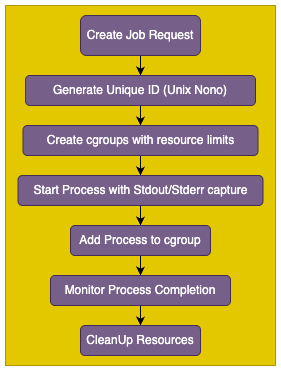
The draw.io diagram docs/job-worker-job-lifecycle.drawio.png in ehsaniara/job-worker, before a commit. Source tidied: cells renumbered, new cells last; positions are measured from the earlier drawing's top-left corner, leaving out a move shared by most shapes.
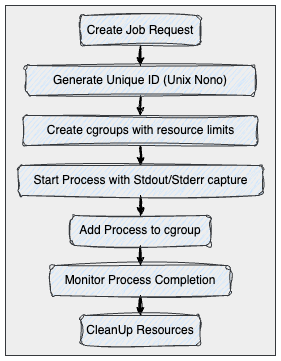
After the change.

Change to the diagram source:
```diff
@@ -2,46 +2,46 @@
   <root>
     <mxCell id="0" />
     <mxCell id="1" parent="0" />
-    <mxCell id="2" style="rounded=0;whiteSpace=wrap;html=1;fontColor=#000000;fillColor=#e3c800;strokeColor=#B09500;" parent="1" vertex="1">
-      <mxGeometry width="270" height="360" as="geometry" />
+    <mxCell id="2" style="rounded=0;whiteSpace=wrap;html=1;fillColor=#eeeeee;strokeColor=#36393d;fontColor=#000000;" parent="1" vertex="1">
+      <mxGeometry y="10" width="270" height="350" as="geometry" />
     </mxCell>
-    <mxCell id="3" style="edgeStyle=orthogonalEdgeStyle;rounded=0;jettySize=auto;html=1;fontColor=#000000;strokeColor=#000000;" parent="1" edge="1" source="4" target="6">
+    <mxCell id="3" style="edgeStyle=orthogonalEdgeStyle;rounded=0;jettySize=auto;html=1;fontColor=#000000;strokeColor=#000000;sketch=1;curveFitting=1;jiggle=2;" parent="1" edge="1" source="4" target="6">
       <mxGeometry relative="1" as="geometry" />
     </mxCell>
-    <mxCell id="4" value="Create Job Request" style="rounded=1;whiteSpace=wrap;html=1;fontColor=#ffffff;fillColor=#76608a;strokeColor=#432D57;" parent="1" vertex="1">
-      <mxGeometry x="75" y="10" width="120" height="40" as="geometry" />
+    <mxCell id="4" value="Create Job Request" style="rounded=1;whiteSpace=wrap;html=1;fillColor=#cce5ff;strokeColor=#36393d;sketch=1;curveFitting=1;jiggle=2;fontColor=#000000;" parent="1" vertex="1">
+      <mxGeometry x="75" y="20" width="120" height="30" as="geometry" />
     </mxCell>
-    <mxCell id="5" style="edgeStyle=orthogonalEdgeStyle;rounded=0;jettySize=auto;html=1;fontColor=#000000;strokeColor=#000000;" parent="1" edge="1" source="6" target="8">
+    <mxCell id="5" style="edgeStyle=orthogonalEdgeStyle;rounded=0;jettySize=auto;html=1;fontColor=#000000;strokeColor=#000000;sketch=1;curveFitting=1;jiggle=2;" parent="1" edge="1" source="6" target="8">
       <mxGeometry relative="1" as="geometry" />
     </mxCell>
-    <mxCell id="6" value="Generate&amp;nbsp;&lt;span style=&quot;background-color: transparent;&quot;&gt;Unique ID (Unix Nono)&lt;/span&gt;" style="rounded=1;whiteSpace=wrap;html=1;fontColor=#ffffff;fillColor=#76608a;strokeColor=#432D57;" parent="1" vertex="1">
+    <mxCell id="6" value="Generate&amp;nbsp;&lt;span style=&quot;background-color: transparent;&quot;&gt;Unique ID (Unix Nono)&lt;/span&gt;" style="rounded=1;whiteSpace=wrap;html=1;fillColor=#cce5ff;strokeColor=#36393d;sketch=1;curveFitting=1;jiggle=2;fontColor=#000000;" parent="1" vertex="1">
       <mxGeometry x="20" y="70" width="230" height="30" as="geometry" />
     </mxCell>
-    <mxCell id="7" style="edgeStyle=orthogonalEdgeStyle;rounded=0;jettySize=auto;html=1;fontColor=#000000;strokeColor=#000000;" parent="1" edge="1" source="8" target="10">
+    <mxCell id="7" style="edgeStyle=orthogonalEdgeStyle;rounded=0;jettySize=auto;html=1;fontColor=#000000;strokeColor=#000000;sketch=1;curveFitting=1;jiggle=2;" parent="1" edge="1" source="8" target="10">
       <mxGeometry relative="1" as="geometry" />
     </mxCell>
-    <mxCell id="8" value="Create&amp;nbsp;&lt;span style=&quot;background-color: transparent;&quot;&gt;cgroups with resource&amp;nbsp;&lt;/span&gt;&lt;span style=&quot;background-color: transparent;&quot;&gt;limits&lt;/span&gt;" style="rounded=1;whiteSpace=wrap;html=1;fontColor=#ffffff;fillColor=#76608a;strokeColor=#432D57;" parent="1" vertex="1">
+    <mxCell id="8" value="Create&amp;nbsp;&lt;span style=&quot;background-color: transparent;&quot;&gt;cgroups with resource&amp;nbsp;&lt;/span&gt;&lt;span style=&quot;background-color: transparent;&quot;&gt;limits&lt;/span&gt;" style="rounded=1;whiteSpace=wrap;html=1;fillColor=#cce5ff;strokeColor=#36393d;sketch=1;curveFitting=1;jiggle=2;fontColor=#000000;" parent="1" vertex="1">
       <mxGeometry x="17.5" y="120" width="235" height="30" as="geometry" />
     </mxCell>
-    <mxCell id="9" style="edgeStyle=orthogonalEdgeStyle;rounded=0;jettySize=auto;html=1;fontColor=#000000;strokeColor=#000000;" parent="1" edge="1" source="10" target="12">
+    <mxCell id="9" style="edgeStyle=orthogonalEdgeStyle;rounded=0;jettySize=auto;html=1;fontColor=#000000;strokeColor=#000000;sketch=1;curveFitting=1;jiggle=2;" parent="1" edge="1" source="10" target="12">
       <mxGeometry relative="1" as="geometry" />
     </mxCell>
-    <mxCell id="10" value="Start Process with Stdout/Stderr capture" style="rounded=1;whiteSpace=wrap;html=1;fontColor=#ffffff;fillColor=#76608a;strokeColor=#432D57;" parent="1" vertex="1">
+    <mxCell id="10" value="Start Process with Stdout/Stderr capture" style="rounded=1;whiteSpace=wrap;html=1;fillColor=#cce5ff;strokeColor=#36393d;sketch=1;curveFitting=1;jiggle=2;fontColor=#000000;" parent="1" vertex="1">
       <mxGeometry x="12.5" y="170" width="245" height="30" as="geometry" />
     </mxCell>
-    <mxCell id="11" style="edgeStyle=orthogonalEdgeStyle;rounded=0;jettySize=auto;html=1;fontColor=#000000;strokeColor=#000000;" parent="1" edge="1" source="12" target="14">
+    <mxCell id="11" style="edgeStyle=orthogonalEdgeStyle;rounded=0;jettySize=auto;html=1;fontColor=#000000;strokeColor=#000000;sketch=1;curveFitting=1;jiggle=2;" parent="1" edge="1" source="12" target="14">
       <mxGeometry relative="1" as="geometry" />
     </mxCell>
-    <mxCell id="12" value="Add Process to cgroup" style="rounded=1;whiteSpace=wrap;html=1;fontColor=#ffffff;fillColor=#76608a;strokeColor=#432D57;" parent="1" vertex="1">
+    <mxCell id="12" value="Add Process to cgroup" style="rounded=1;whiteSpace=wrap;html=1;fillColor=#cce5ff;strokeColor=#36393d;sketch=1;curveFitting=1;jiggle=2;fontColor=#000000;" parent="1" vertex="1">
       <mxGeometry x="65" y="220" width="140" height="30" as="geometry" />
     </mxCell>
-    <mxCell id="13" style="edgeStyle=orthogonalEdgeStyle;rounded=0;jettySize=auto;html=1;fontColor=#000000;strokeColor=#000000;" parent="1" edge="1" source="14" target="15">
+    <mxCell id="13" style="edgeStyle=orthogonalEdgeStyle;rounded=0;jettySize=auto;html=1;fontColor=#000000;strokeColor=#000000;sketch=1;curveFitting=1;jiggle=2;" parent="1" edge="1" source="14" target="15">
       <mxGeometry relative="1" as="geometry" />
     </mxCell>
-    <mxCell id="14" value="Monitor Process Completion" style="rounded=1;whiteSpace=wrap;html=1;fontColor=#ffffff;fillColor=#76608a;strokeColor=#432D57;" parent="1" vertex="1">
+    <mxCell id="14" value="Monitor Process Completion" style="rounded=1;whiteSpace=wrap;html=1;fillColor=#cce5ff;strokeColor=#36393d;sketch=1;curveFitting=1;jiggle=2;fontColor=#000000;" parent="1" vertex="1">
       <mxGeometry x="45" y="270" width="180" height="30" as="geometry" />
     </mxCell>
-    <mxCell id="15" value="CleanUp Resources" style="rounded=1;whiteSpace=wrap;html=1;fontColor=#ffffff;fillColor=#76608a;strokeColor=#432D57;" parent="1" vertex="1">
+    <mxCell id="15" value="CleanUp Resources" style="rounded=1;whiteSpace=wrap;html=1;fillColor=#cce5ff;strokeColor=#36393d;sketch=1;curveFitting=1;jiggle=2;fontColor=#000000;" parent="1" vertex="1">
       <mxGeometry x="75" y="320" width="120" height="30" as="geometry" />
     </mxCell>
   </root>
```
